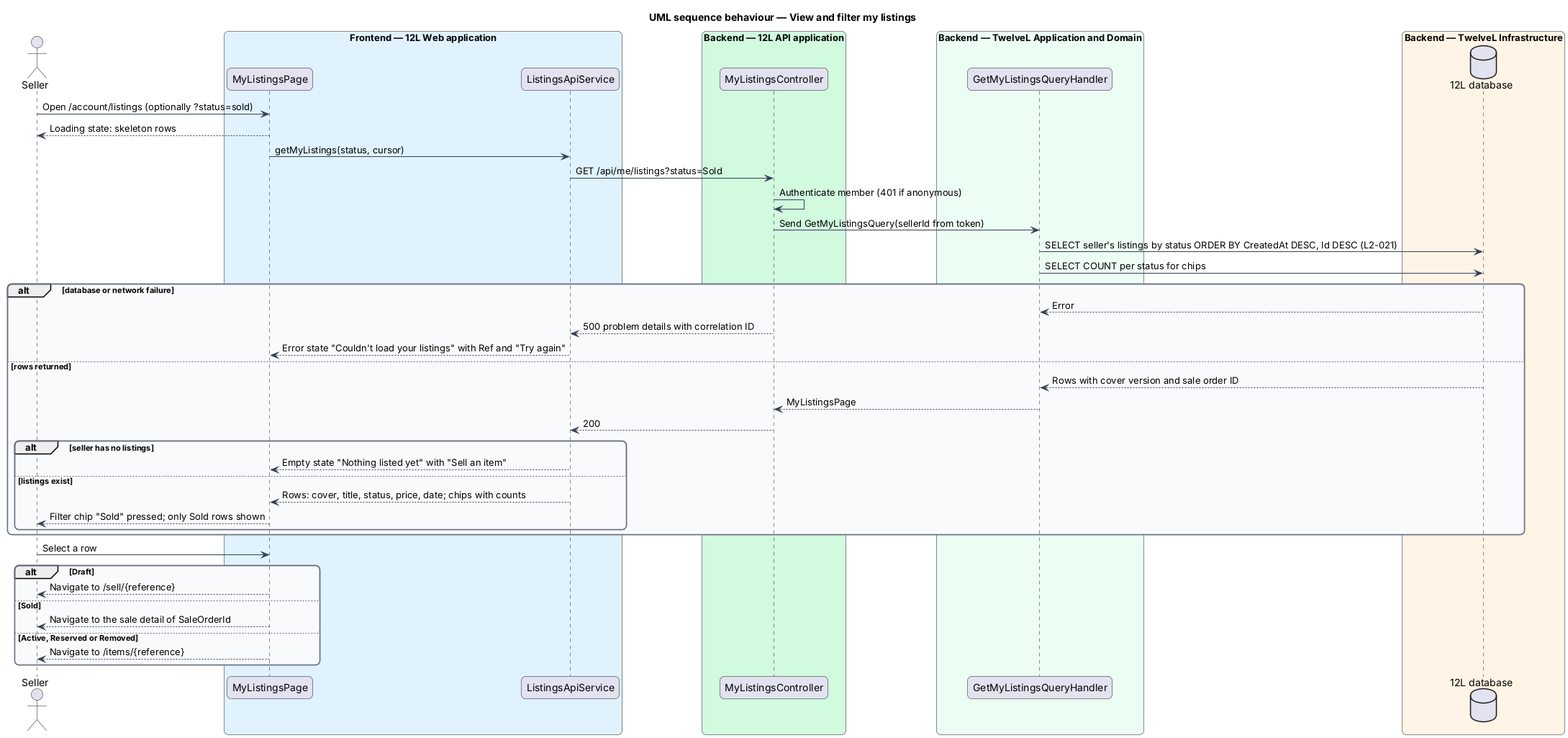
The PlantUML diagram docs/detailed-designs/listings/manage-my-listings/diagrams/sequence-view-my-listings.png in QuinntyneBrown/12l, before a commit.
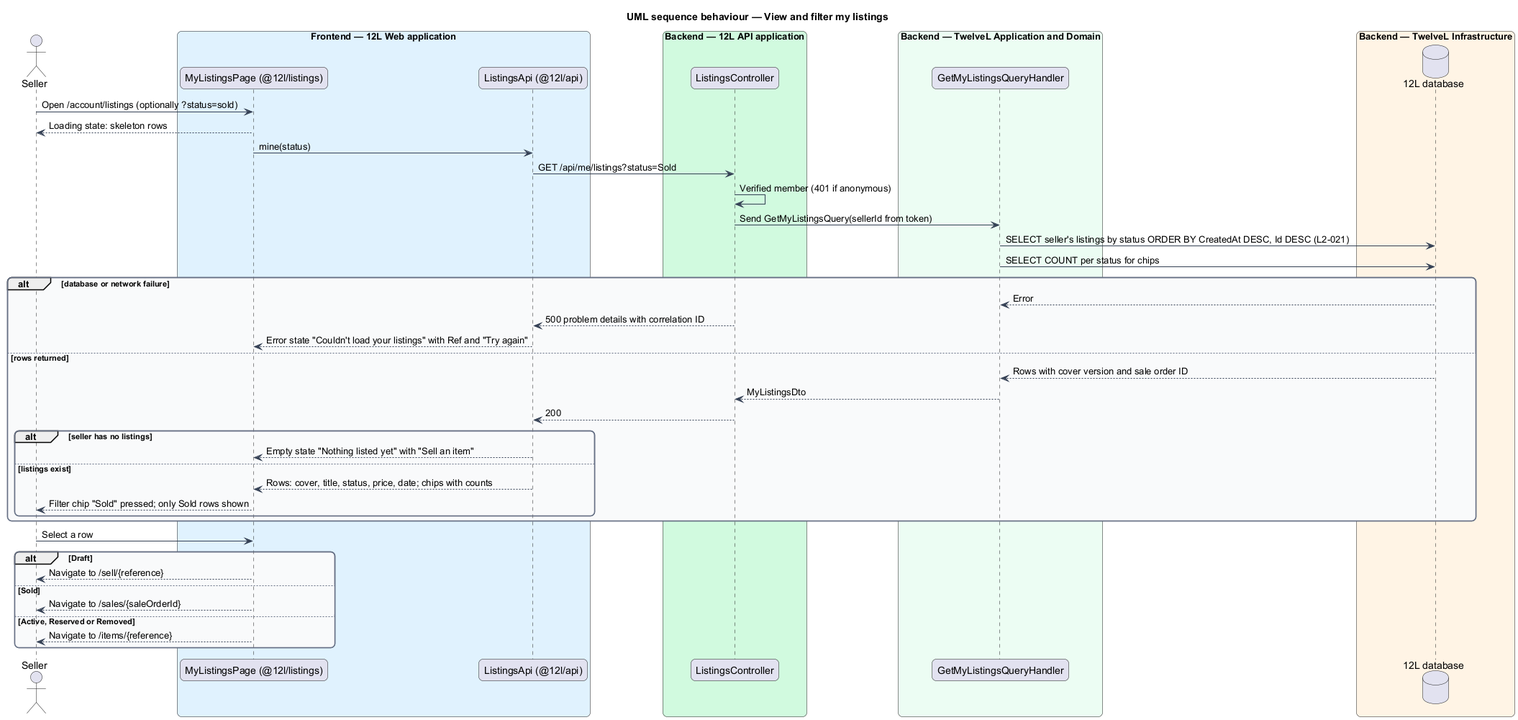
After the change.

What changed in the source:
```diff
@@ -16,11 +16,11 @@
 }
 actor "Seller" as actor
 box "Frontend — 12L Web application" #E0F2FE
-  participant "MyListingsPage" as page
-  participant "ListingsApiService" as client
+  participant "MyListingsPage (@12l/listings)" as page
+  participant "ListingsApi (@12l/api)" as client
 end box
 box "Backend — 12L API application" #D1FADF
-  participant "MyListingsController" as controller
+  participant "ListingsController" as controller
 end box
 box "Backend — TwelveL Application and Domain" #ECFDF3
   participant "GetMyListingsQueryHandler" as handler
@@ -30,9 +30,9 @@
 end box
 actor -> page : Open /account/listings (optionally ?status=sold)
 page --> actor : Loading state: skeleton rows
-page -> client : getMyListings(status, cursor)
+page -> client : mine(status)
 client -> controller : GET /api/me/listings?status=Sold
-controller -> controller : Authenticate member (401 if anonymous)
+controller -> controller : Verified member (401 if anonymous)
 controller -> handler : Send GetMyListingsQuery(sellerId from token)
 handler -> db : SELECT seller's listings by status ORDER BY CreatedAt DESC, Id DESC (L2-021)
 handler -> db : SELECT COUNT per status for chips
@@ -42,7 +42,7 @@
   client --> page : Error state "Couldn't load your listings" with Ref and "Try again"
 else rows returned
   db --> handler : Rows with cover version and sale order ID
-  handler --> controller : MyListingsPage
+  handler --> controller : MyListingsDto
   controller --> client : 200
   alt seller has no listings
     client --> page : Empty state "Nothing listed yet" with "Sell an item"
@@ -55,7 +55,7 @@
 alt Draft
   page --> actor : Navigate to /sell/{reference}
 else Sold
-  page --> actor : Navigate to the sale detail of SaleOrderId
+  page --> actor : Navigate to /sales/{saleOrderId}
 else Active, Reserved or Removed
   page --> actor : Navigate to /items/{reference}
 end
```
